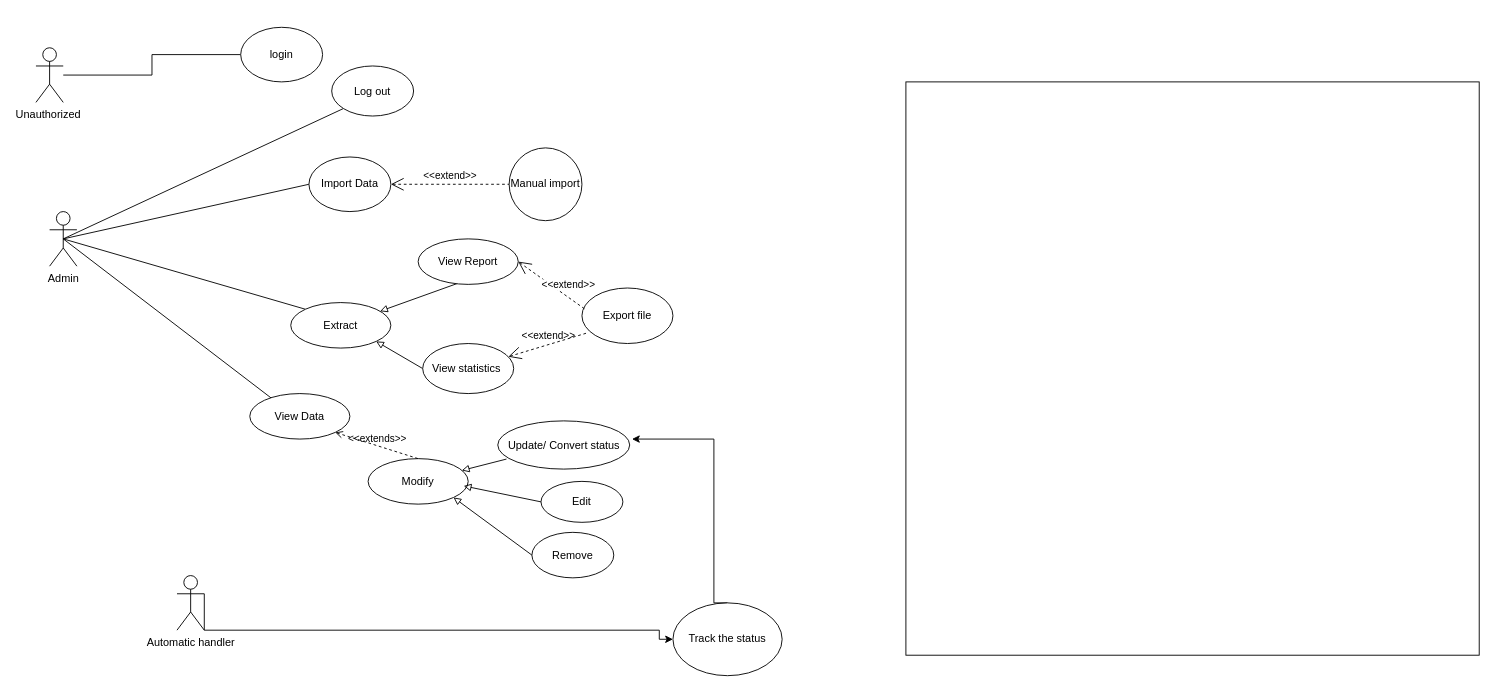
Before: use-case-diagram-ojt.drawio in khanh1998/test_git, a draw.io diagram. Source tidied: cells renumbered, new cells numbered last; positions are measured from the earlier drawing's top-left corner, leaving out a move shared by most shapes. Both pictures are drawn from the tidied source at 91%, with x=0, y=0 at pixel (35, 27).
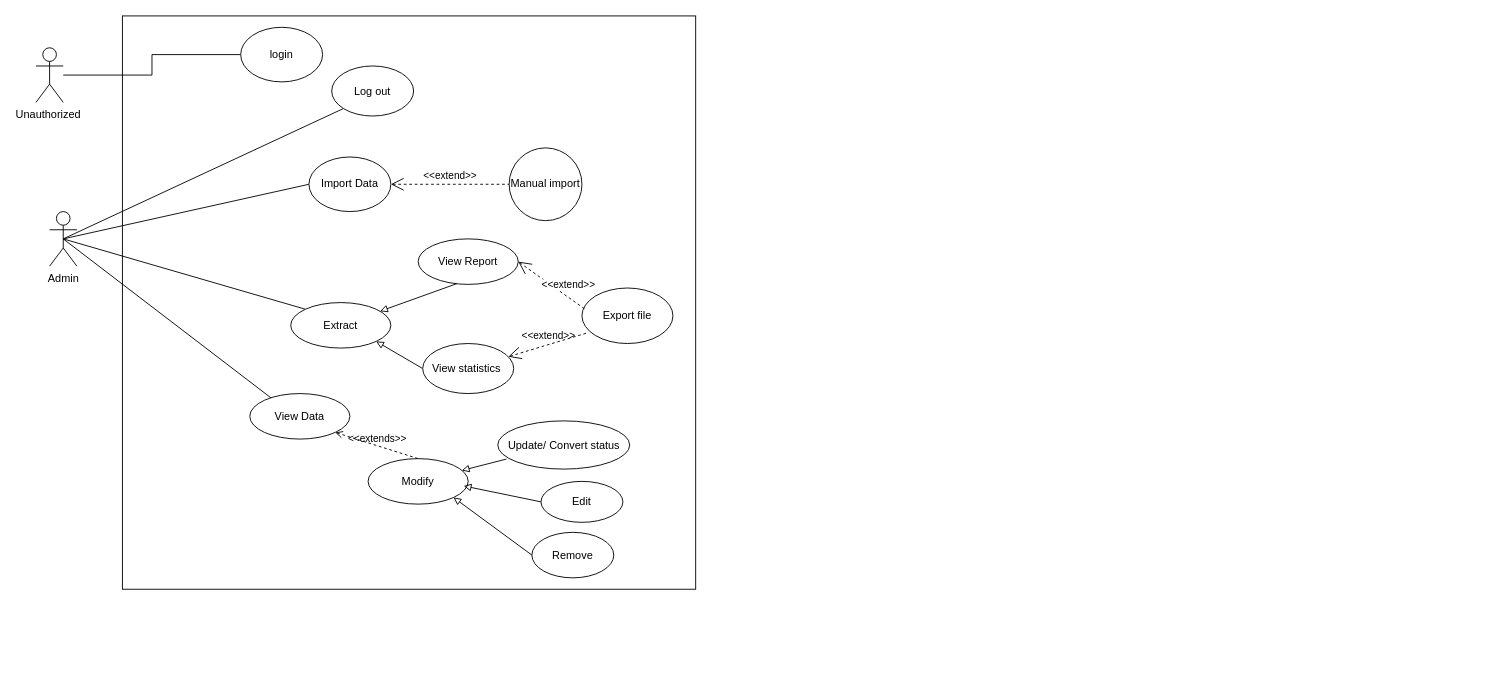
Above is the later version.

What changed in the source:
```diff
@@
     <mxCell id="2" style="whiteSpace=wrap;html=1;" parent="1" vertex="1">
-      <mxGeometry x="956" y="59.5" width="630" height="630" as="geometry" />
+      <mxGeometry x="95" y="-13" width="630" height="630" as="geometry" />
     </mxCell>
@@
-    <mxCell id="32" style="edgeStyle=orthogonalEdgeStyle;rounded=0;jettySize=auto;html=1;exitX=0.5;exitY=0;exitDx=0;exitDy=0;" parent="1" edge="1" source="33">
-      <mxGeometry relative="1" as="geometry">
-        <mxPoint x="655" y="452" as="targetPoint" />
-        <Array as="points">
-          <mxPoint x="745" y="452" />
-        </Array>
-      </mxGeometry>
-    </mxCell>
-    <mxCell id="33" value="Track the status" style="ellipse;whiteSpace=wrap;html=1;" parent="1" vertex="1">
-      <mxGeometry x="700" y="632" width="120" height="80" as="geometry" />
-    </mxCell>
-    <mxCell id="34" style="edgeStyle=orthogonalEdgeStyle;rounded=0;jettySize=auto;html=1;exitX=1;exitY=0.3333333333333333;exitDx=0;exitDy=0;exitPerimeter=0;entryX=0;entryY=0.5;entryDx=0;entryDy=0;" parent="1" edge="1" source="35" target="33">
-      <mxGeometry relative="1" as="geometry">
-        <Array as="points">
-          <mxPoint x="185" y="662" />
-          <mxPoint x="685" y="662" />
-        </Array>
-      </mxGeometry>
-    </mxCell>
-    <mxCell id="35" value="Automatic handler" style="shape=umlActor;verticalLabelPosition=bottom;labelBackgroundColor=#ffffff;verticalAlign=top;html=1;outlineConnect=0;" parent="1" vertex="1">
-      <mxGeometry x="155" y="602" width="30" height="60" as="geometry" />
-    </mxCell>
```
